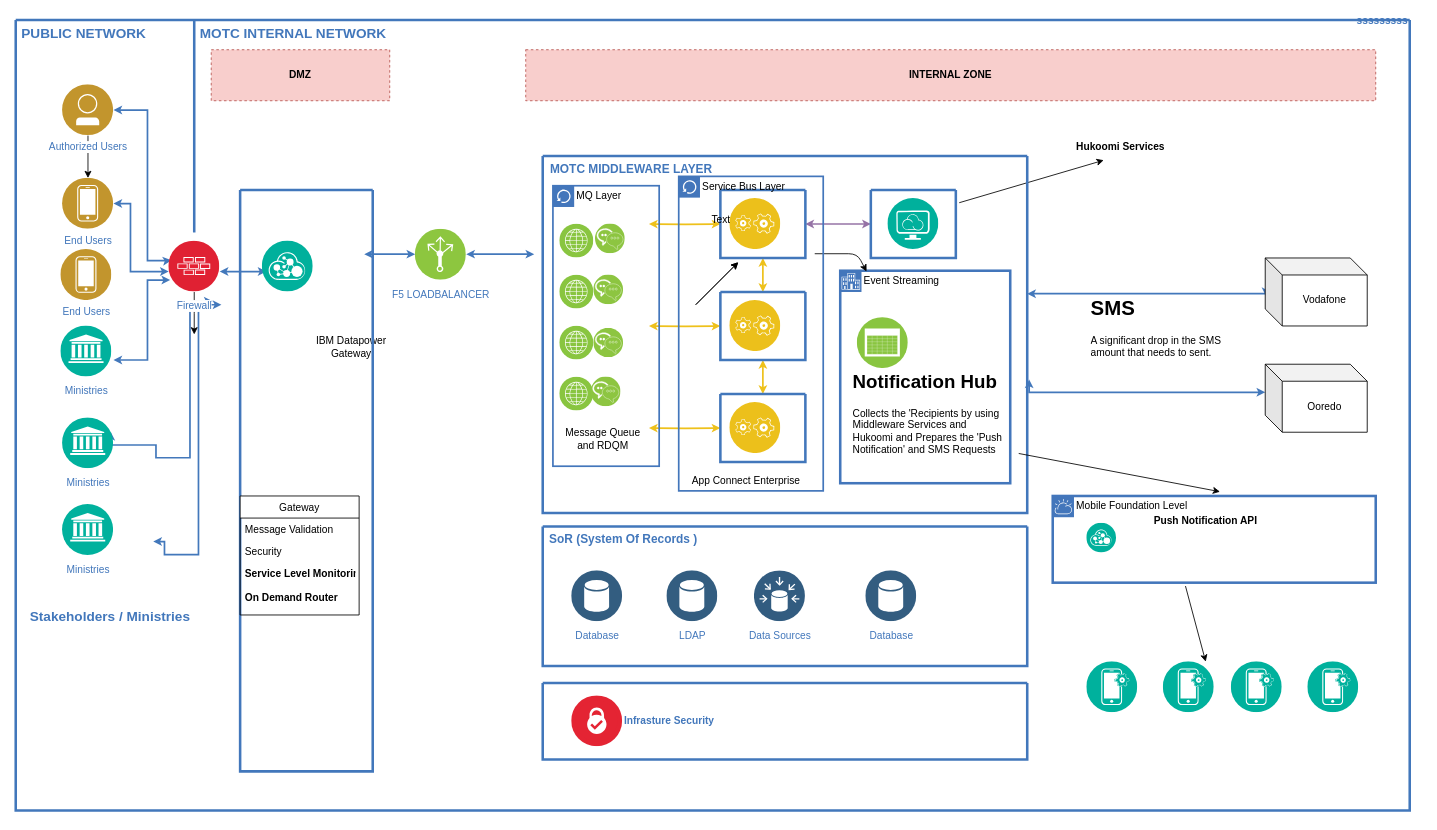
Before: Modernized_Channel_Communication.drawio in SalihSipahi/Hattusas, a draw.io diagram. Source tidied: cells renumbered, new cells numbered last; positions are measured from the earlier drawing's top-left corner, leaving out a move shared by most shapes. Both pictures are drawn from the tidied source at 85%, with x=0, y=0 at pixel (15, 20).
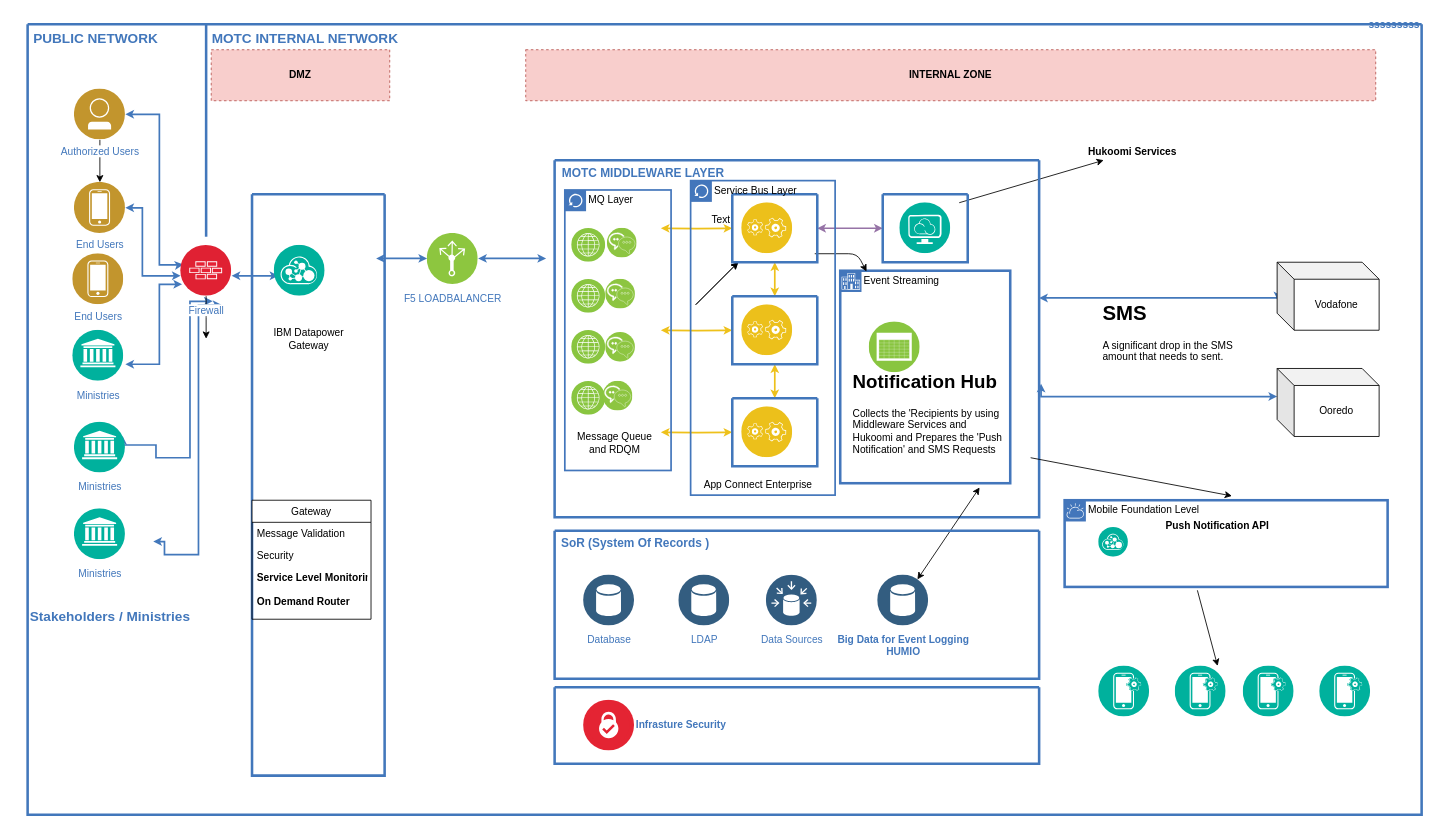
Above is the later version.

Unchanged cells that the change refers to:
```xml
<mxCell id="27" style="swimlane;shadow=0;strokeColor=#4277BB;fillColor=#ffffff;fontColor=#4277BB;align=right;startSize=0;strokeWidth=3;" parent="14" vertex="1">
  <mxGeometry x="620" y="160" width="570" height="420" as="geometry" />
</mxCell>
```

Diff of the diagram source:
```diff
@@
     <mxCell id="5" value="IBM Datapower Gateway" style="text;html=1;strokeColor=none;fillColor=none;align=center;verticalAlign=middle;whiteSpace=wrap;rounded=0;" parent="1" vertex="1">
-      <mxGeometry x="350" y="375" width="90" height="20" as="geometry" />
+      <mxGeometry x="300" y="365" width="90" height="20" as="geometry" />
     </mxCell>
@@
     <mxCell id="14" value="sssssssss" style="swimlane;shadow=0;strokeColor=#4277BB;fillColor=#ffffff;fontColor=#4277BB;align=right;startSize=0;strokeWidth=3;" parent="1" vertex="1">
-      <mxGeometry width="1640" height="930" as="geometry" />
+      <mxGeometry x="14" y="5" width="1640" height="930" as="geometry" />
     </mxCell>
@@
+    <mxCell id="93" style="endArrow=classic;startArrow=classic;html=1;" parent="27" edge="1" source="62">
+      <mxGeometry relative="1" as="geometry">
+        <mxPoint x="500" y="385" as="targetPoint" />
+      </mxGeometry>
+    </mxCell>
     <mxCell id="57" style="swimlane;shadow=0;strokeColor=#4277BB;fillColor=#ffffff;fontColor=#4277BB;align=right;startSize=0;strokeWidth=3;" parent="14" vertex="1">
-      <mxGeometry x="620" y="596" width="570" height="164" as="geometry" />
+      <mxGeometry x="620" y="596" width="570" height="174" as="geometry" />
     </mxCell>
@@
-    <mxCell id="62" value="Database" style="perimeter=ellipsePerimeter;html=1;align=center;shadow=0;dashed=0;fontColor=#4277BB;labelBackgroundColor=#ffffff;fontSize=12;spacingTop=3;image;image=img/lib/ibm/data/data_services.svg;" parent="57" vertex="1">
+    <mxCell id="62" value="&lt;div&gt;&lt;b&gt;Big Data for Event Logging&lt;/b&gt;&lt;/div&gt;&lt;div&gt;&lt;b&gt;HUMIO&lt;br&gt;&lt;/b&gt;&lt;/div&gt;&lt;div&gt;&lt;b&gt;&lt;br&gt;&lt;/b&gt;&lt;/div&gt;" style="perimeter=ellipsePerimeter;html=1;align=center;shadow=0;dashed=0;fontColor=#4277BB;labelBackgroundColor=#ffffff;fontSize=12;spacingTop=3;image;image=img/lib/ibm/data/data_services.svg;" parent="57" vertex="1">
       <mxGeometry x="380" y="52" width="60" height="60" as="geometry" />
     </mxCell>
```
